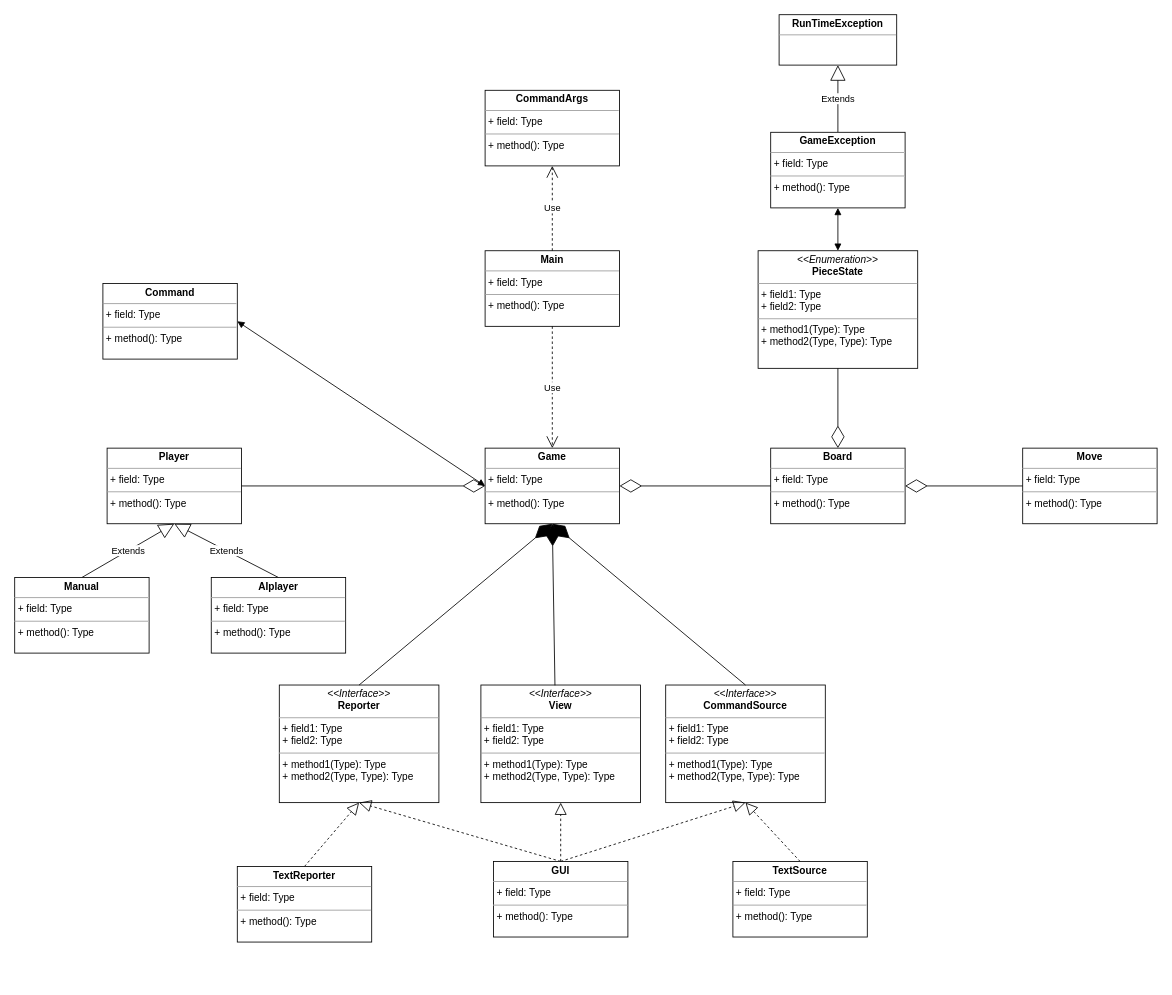
This is CPT204_UML.drawio from 1102131860/CPT204, a draw.io file, before an edit. Source tidied: cells renumbered, new cells numbered last; positions are measured from the earlier drawing's top-left corner, leaving out a move shared by most shapes. Both pictures are drawn from the tidied source at 84%, with x=0, y=0 at pixel (14, 14).
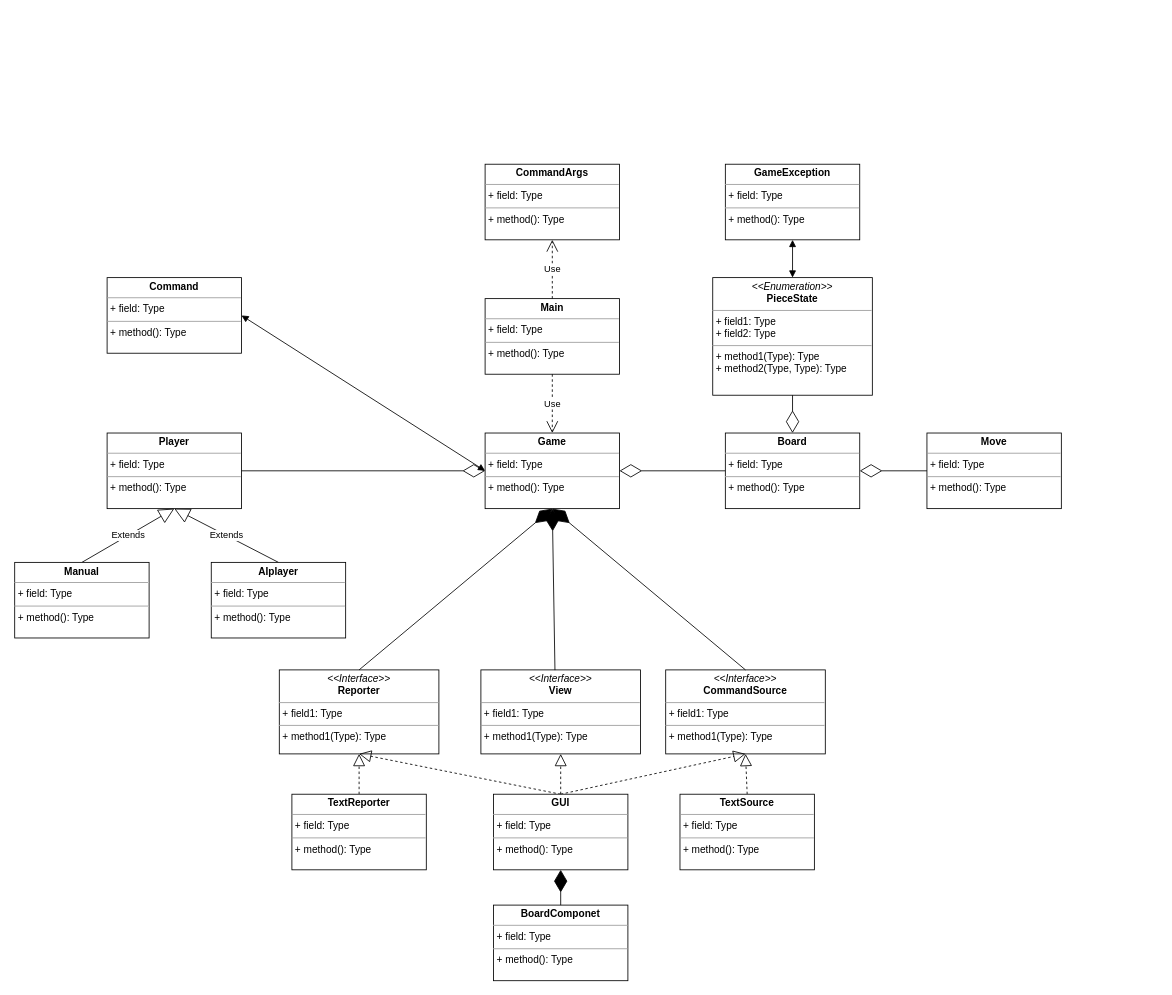
Above is the later version.

Diff of the diagram source:
```diff
@@
-    <mxCell id="2" value="&lt;p style=&quot;margin:0px;margin-top:4px;text-align:center;&quot;&gt;&lt;i&gt;&amp;lt;&amp;lt;Interface&amp;gt;&amp;gt;&lt;/i&gt;&lt;br&gt;&lt;b&gt;Reporter&lt;/b&gt;&lt;/p&gt;&lt;hr size=&quot;1&quot;&gt;&lt;p style=&quot;margin:0px;margin-left:4px;&quot;&gt;+ field1: Type&lt;br&gt;+ field2: Type&lt;/p&gt;&lt;hr size=&quot;1&quot;&gt;&lt;p style=&quot;margin:0px;margin-left:4px;&quot;&gt;+ method1(Type): Type&lt;br&gt;+ method2(Type, Type): Type&lt;/p&gt;" style="verticalAlign=top;align=left;overflow=fill;fontSize=12;fontFamily=Helvetica;html=1;whiteSpace=wrap;" parent="1" vertex="1">
-      <mxGeometry x="315" y="798" width="190" height="140" as="geometry" />
+    <mxCell id="2" value="&lt;p style=&quot;margin:0px;margin-top:4px;text-align:center;&quot;&gt;&lt;i&gt;&amp;lt;&amp;lt;Interface&amp;gt;&amp;gt;&lt;/i&gt;&lt;br&gt;&lt;b&gt;Reporter&lt;/b&gt;&lt;/p&gt;&lt;hr size=&quot;1&quot;&gt;&lt;p style=&quot;margin:0px;margin-left:4px;&quot;&gt;+ field1: Type&lt;br&gt;&lt;/p&gt;&lt;hr size=&quot;1&quot;&gt;&lt;p style=&quot;margin:0px;margin-left:4px;&quot;&gt;+ method1(Type): Type&lt;br&gt;&lt;/p&gt;" style="verticalAlign=top;align=left;overflow=fill;fontSize=12;fontFamily=Helvetica;html=1;whiteSpace=wrap;" parent="1" vertex="1">
+      <mxGeometry x="315" y="780" width="190" height="100" as="geometry" />
     </mxCell>
     <mxCell id="3" value="&lt;p style=&quot;margin:0px;margin-top:4px;text-align:center;&quot;&gt;&lt;i&gt;&amp;lt;&amp;lt;Enumeration&amp;gt;&amp;gt;&lt;/i&gt;&lt;br&gt;&lt;b&gt;PieceState&lt;/b&gt;&lt;/p&gt;&lt;hr size=&quot;1&quot;&gt;&lt;p style=&quot;margin:0px;margin-left:4px;&quot;&gt;+ field1: Type&lt;br&gt;+ field2: Type&lt;/p&gt;&lt;hr size=&quot;1&quot;&gt;&lt;p style=&quot;margin:0px;margin-left:4px;&quot;&gt;+ method1(Type): Type&lt;br&gt;+ method2(Type, Type): Type&lt;/p&gt;" style="verticalAlign=top;align=left;overflow=fill;fontSize=12;fontFamily=Helvetica;html=1;whiteSpace=wrap;" parent="1" vertex="1">
-      <mxGeometry x="885" y="281" width="190" height="140" as="geometry" />
+      <mxGeometry x="831" y="313" width="190" height="140" as="geometry" />
     </mxCell>
-    <mxCell id="4" value="&lt;p style=&quot;margin:0px;margin-top:4px;text-align:center;&quot;&gt;&lt;i&gt;&amp;lt;&amp;lt;Interface&amp;gt;&amp;gt;&lt;/i&gt;&lt;br&gt;&lt;b&gt;View&lt;/b&gt;&lt;/p&gt;&lt;hr size=&quot;1&quot;&gt;&lt;p style=&quot;margin:0px;margin-left:4px;&quot;&gt;+ field1: Type&lt;br&gt;+ field2: Type&lt;/p&gt;&lt;hr size=&quot;1&quot;&gt;&lt;p style=&quot;margin:0px;margin-left:4px;&quot;&gt;+ method1(Type): Type&lt;br&gt;+ method2(Type, Type): Type&lt;/p&gt;" style="verticalAlign=top;align=left;overflow=fill;fontSize=12;fontFamily=Helvetica;html=1;whiteSpace=wrap;" parent="1" vertex="1">
-      <mxGeometry x="555" y="798" width="190" height="140" as="geometry" />
+    <mxCell id="4" value="&lt;p style=&quot;margin:0px;margin-top:4px;text-align:center;&quot;&gt;&lt;i&gt;&amp;lt;&amp;lt;Interface&amp;gt;&amp;gt;&lt;/i&gt;&lt;br&gt;&lt;b&gt;View&lt;/b&gt;&lt;/p&gt;&lt;hr size=&quot;1&quot;&gt;&lt;p style=&quot;margin:0px;margin-left:4px;&quot;&gt;+ field1: Type&lt;br&gt;&lt;/p&gt;&lt;hr size=&quot;1&quot;&gt;&lt;p style=&quot;margin:0px;margin-left:4px;&quot;&gt;+ method1(Type): Type&lt;br&gt;&lt;/p&gt;" style="verticalAlign=top;align=left;overflow=fill;fontSize=12;fontFamily=Helvetica;html=1;whiteSpace=wrap;" parent="1" vertex="1">
+      <mxGeometry x="555" y="780" width="190" height="100" as="geometry" />
     </mxCell>
-    <mxCell id="5" value="&lt;p style=&quot;margin:0px;margin-top:4px;text-align:center;&quot;&gt;&lt;i&gt;&amp;lt;&amp;lt;Interface&amp;gt;&amp;gt;&lt;/i&gt;&lt;br&gt;&lt;b&gt;CommandSource&lt;/b&gt;&lt;/p&gt;&lt;hr size=&quot;1&quot;&gt;&lt;p style=&quot;margin:0px;margin-left:4px;&quot;&gt;+ field1: Type&lt;br&gt;+ field2: Type&lt;/p&gt;&lt;hr size=&quot;1&quot;&gt;&lt;p style=&quot;margin:0px;margin-left:4px;&quot;&gt;+ method1(Type): Type&lt;br&gt;+ method2(Type, Type): Type&lt;/p&gt;" style="verticalAlign=top;align=left;overflow=fill;fontSize=12;fontFamily=Helvetica;html=1;whiteSpace=wrap;" parent="1" vertex="1">
-      <mxGeometry x="775" y="798" width="190" height="140" as="geometry" />
+    <mxCell id="5" value="&lt;p style=&quot;margin:0px;margin-top:4px;text-align:center;&quot;&gt;&lt;i&gt;&amp;lt;&amp;lt;Interface&amp;gt;&amp;gt;&lt;/i&gt;&lt;br&gt;&lt;b&gt;CommandSource&lt;/b&gt;&lt;/p&gt;&lt;hr size=&quot;1&quot;&gt;&lt;p style=&quot;margin:0px;margin-left:4px;&quot;&gt;+ field1: Type&lt;br&gt;&lt;/p&gt;&lt;hr size=&quot;1&quot;&gt;&lt;p style=&quot;margin:0px;margin-left:4px;&quot;&gt;+ method1(Type): Type&lt;br&gt;&lt;/p&gt;" style="verticalAlign=top;align=left;overflow=fill;fontSize=12;fontFamily=Helvetica;html=1;whiteSpace=wrap;" parent="1" vertex="1">
+      <mxGeometry x="775" y="780" width="190" height="100" as="geometry" />
     </mxCell>
@@
     <mxCell id="9" value="&lt;p style=&quot;margin:0px;margin-top:4px;text-align:center;&quot;&gt;&lt;b&gt;Player&lt;/b&gt;&lt;/p&gt;&lt;hr size=&quot;1&quot;&gt;&lt;p style=&quot;margin:0px;margin-left:4px;&quot;&gt;+ field: Type&lt;/p&gt;&lt;hr size=&quot;1&quot;&gt;&lt;p style=&quot;margin:0px;margin-left:4px;&quot;&gt;+ method(): Type&lt;/p&gt;" style="verticalAlign=top;align=left;overflow=fill;fontSize=12;fontFamily=Helvetica;html=1;whiteSpace=wrap;" parent="1" vertex="1">
-      <mxGeometry x="110" y="516" width="160" height="90" as="geometry" />
+      <mxGeometry x="110" y="498" width="160" height="90" as="geometry" />
     </mxCell>
@@
-    <mxCell id="14" value="&lt;p style=&quot;margin:0px;margin-top:4px;text-align:center;&quot;&gt;&lt;b&gt;RunTimeException&lt;/b&gt;&lt;/p&gt;&lt;hr size=&quot;1&quot;&gt;&lt;div style=&quot;height:2px;&quot;&gt;&lt;/div&gt;" style="verticalAlign=top;align=left;overflow=fill;fontSize=12;fontFamily=Helvetica;html=1;whiteSpace=wrap;" parent="1" vertex="1">
-      <mxGeometry x="910" width="140" height="60" as="geometry" />
-    </mxCell>
-    <mxCell id="15" value="Extends" style="endArrow=block;endSize=16;endFill=0;html=1;rounded=0;exitX=0.5;exitY=0;exitDx=0;exitDy=0;entryX=0.5;entryY=1;entryDx=0;entryDy=0;" parent="1" edge="1" source="19" target="14">
-      <mxGeometry relative="1" as="geometry" />
-    </mxCell>
     <mxCell id="16" value="&lt;p style=&quot;margin:0px;margin-top:4px;text-align:center;&quot;&gt;&lt;b&gt;TextReporter&lt;/b&gt;&lt;/p&gt;&lt;hr size=&quot;1&quot;&gt;&lt;p style=&quot;margin:0px;margin-left:4px;&quot;&gt;+ field: Type&lt;/p&gt;&lt;hr size=&quot;1&quot;&gt;&lt;p style=&quot;margin:0px;margin-left:4px;&quot;&gt;+ method(): Type&lt;/p&gt;" style="verticalAlign=top;align=left;overflow=fill;fontSize=12;fontFamily=Helvetica;html=1;whiteSpace=wrap;" parent="1" vertex="1">
-      <mxGeometry x="265" y="1014" width="160" height="90" as="geometry" />
+      <mxGeometry x="330" y="928" width="160" height="90" as="geometry" />
     </mxCell>
     <mxCell id="17" value="&lt;p style=&quot;margin:0px;margin-top:4px;text-align:center;&quot;&gt;&lt;b&gt;GUI&lt;/b&gt;&lt;/p&gt;&lt;hr size=&quot;1&quot;&gt;&lt;p style=&quot;margin:0px;margin-left:4px;&quot;&gt;+ field: Type&lt;/p&gt;&lt;hr size=&quot;1&quot;&gt;&lt;p style=&quot;margin:0px;margin-left:4px;&quot;&gt;+ method(): Type&lt;/p&gt;" style="verticalAlign=top;align=left;overflow=fill;fontSize=12;fontFamily=Helvetica;html=1;whiteSpace=wrap;" parent="1" vertex="1">
-      <mxGeometry x="570" y="1008" width="160" height="90" as="geometry" />
+      <mxGeometry x="570" y="928" width="160" height="90" as="geometry" />
     </mxCell>
     <mxCell id="18" value="&lt;p style=&quot;margin:0px;margin-top:4px;text-align:center;&quot;&gt;&lt;b&gt;TextSource&lt;/b&gt;&lt;/p&gt;&lt;hr size=&quot;1&quot;&gt;&lt;p style=&quot;margin:0px;margin-left:4px;&quot;&gt;+ field: Type&lt;/p&gt;&lt;hr size=&quot;1&quot;&gt;&lt;p style=&quot;margin:0px;margin-left:4px;&quot;&gt;+ method(): Type&lt;/p&gt;" style="verticalAlign=top;align=left;overflow=fill;fontSize=12;fontFamily=Helvetica;html=1;whiteSpace=wrap;" parent="1" vertex="1">
-      <mxGeometry x="855" y="1008" width="160" height="90" as="geometry" />
+      <mxGeometry x="792" y="928" width="160" height="90" as="geometry" />
     </mxCell>
     <mxCell id="19" value="&lt;p style=&quot;margin:0px;margin-top:4px;text-align:center;&quot;&gt;&lt;b&gt;GameException&lt;/b&gt;&lt;/p&gt;&lt;hr size=&quot;1&quot;&gt;&lt;p style=&quot;margin:0px;margin-left:4px;&quot;&gt;+ field: Type&lt;/p&gt;&lt;hr size=&quot;1&quot;&gt;&lt;p style=&quot;margin:0px;margin-left:4px;&quot;&gt;+ method(): Type&lt;/p&gt;" style="verticalAlign=top;align=left;overflow=fill;fontSize=12;fontFamily=Helvetica;html=1;whiteSpace=wrap;" parent="1" vertex="1">
-      <mxGeometry x="900" y="140" width="160" height="90" as="geometry" />
+      <mxGeometry x="846" y="178" width="160" height="90" as="geometry" />
     </mxCell>
     <mxCell id="20" value="&lt;p style=&quot;margin:0px;margin-top:4px;text-align:center;&quot;&gt;&lt;b&gt;Manual&lt;/b&gt;&lt;/p&gt;&lt;hr size=&quot;1&quot;&gt;&lt;p style=&quot;margin:0px;margin-left:4px;&quot;&gt;+ field: Type&lt;/p&gt;&lt;hr size=&quot;1&quot;&gt;&lt;p style=&quot;margin:0px;margin-left:4px;&quot;&gt;+ method(): Type&lt;/p&gt;" style="verticalAlign=top;align=left;overflow=fill;fontSize=12;fontFamily=Helvetica;html=1;whiteSpace=wrap;" parent="1" vertex="1">
-      <mxGeometry y="670" width="160" height="90" as="geometry" />
+      <mxGeometry y="652" width="160" height="90" as="geometry" />
     </mxCell>
     <mxCell id="21" value="&lt;p style=&quot;margin:0px;margin-top:4px;text-align:center;&quot;&gt;&lt;b&gt;AIplayer&lt;/b&gt;&lt;/p&gt;&lt;hr size=&quot;1&quot;&gt;&lt;p style=&quot;margin:0px;margin-left:4px;&quot;&gt;+ field: Type&lt;/p&gt;&lt;hr size=&quot;1&quot;&gt;&lt;p style=&quot;margin:0px;margin-left:4px;&quot;&gt;+ method(): Type&lt;/p&gt;" style="verticalAlign=top;align=left;overflow=fill;fontSize=12;fontFamily=Helvetica;html=1;whiteSpace=wrap;" parent="1" vertex="1">
-      <mxGeometry x="234" y="670" width="160" height="90" as="geometry" />
+      <mxGeometry x="234" y="652" width="160" height="90" as="geometry" />
     </mxCell>
     <mxCell id="22" value="&lt;p style=&quot;margin:0px;margin-top:4px;text-align:center;&quot;&gt;&lt;b&gt;Game&lt;/b&gt;&lt;/p&gt;&lt;hr size=&quot;1&quot;&gt;&lt;p style=&quot;margin:0px;margin-left:4px;&quot;&gt;+ field: Type&lt;/p&gt;&lt;hr size=&quot;1&quot;&gt;&lt;p style=&quot;margin:0px;margin-left:4px;&quot;&gt;+ method(): Type&lt;/p&gt;" style="verticalAlign=top;align=left;overflow=fill;fontSize=12;fontFamily=Helvetica;html=1;whiteSpace=wrap;" parent="1" vertex="1">
-      <mxGeometry x="560" y="516" width="160" height="90" as="geometry" />
+      <mxGeometry x="560" y="498" width="160" height="90" as="geometry" />
     </mxCell>
     <mxCell id="23" value="&lt;p style=&quot;margin:0px;margin-top:4px;text-align:center;&quot;&gt;&lt;b&gt;Board&lt;/b&gt;&lt;/p&gt;&lt;hr size=&quot;1&quot;&gt;&lt;p style=&quot;margin:0px;margin-left:4px;&quot;&gt;+ field: Type&lt;/p&gt;&lt;hr size=&quot;1&quot;&gt;&lt;p style=&quot;margin:0px;margin-left:4px;&quot;&gt;+ method(): Type&lt;/p&gt;" style="verticalAlign=top;align=left;overflow=fill;fontSize=12;fontFamily=Helvetica;html=1;whiteSpace=wrap;" parent="1" vertex="1">
-      <mxGeometry x="900" y="516" width="160" height="90" as="geometry" />
+      <mxGeometry x="846" y="498" width="160" height="90" as="geometry" />
     </mxCell>
     <mxCell id="24" value="&lt;p style=&quot;margin:0px;margin-top:4px;text-align:center;&quot;&gt;&lt;b&gt;Main&lt;/b&gt;&lt;/p&gt;&lt;hr size=&quot;1&quot;&gt;&lt;p style=&quot;margin:0px;margin-left:4px;&quot;&gt;+ field: Type&lt;/p&gt;&lt;hr size=&quot;1&quot;&gt;&lt;p style=&quot;margin:0px;margin-left:4px;&quot;&gt;+ method(): Type&lt;/p&gt;" style="verticalAlign=top;align=left;overflow=fill;fontSize=12;fontFamily=Helvetica;html=1;whiteSpace=wrap;" parent="1" vertex="1">
-      <mxGeometry x="560" y="281" width="160" height="90" as="geometry" />
+      <mxGeometry x="560" y="338" width="160" height="90" as="geometry" />
     </mxCell>
@@
     <mxCell id="26" value="&lt;p style=&quot;margin:0px;margin-top:4px;text-align:center;&quot;&gt;&lt;b&gt;Move&lt;/b&gt;&lt;/p&gt;&lt;hr size=&quot;1&quot;&gt;&lt;p style=&quot;margin:0px;margin-left:4px;&quot;&gt;+ field: Type&lt;/p&gt;&lt;hr size=&quot;1&quot;&gt;&lt;p style=&quot;margin:0px;margin-left:4px;&quot;&gt;+ method(): Type&lt;/p&gt;" style="verticalAlign=top;align=left;overflow=fill;fontSize=12;fontFamily=Helvetica;html=1;whiteSpace=wrap;" parent="1" vertex="1">
-      <mxGeometry x="1200" y="516" width="160" height="90" as="geometry" />
+      <mxGeometry x="1086" y="498" width="160" height="90" as="geometry" />
     </mxCell>
@@
     <mxCell id="30" value="&lt;p style=&quot;margin:0px;margin-top:4px;text-align:center;&quot;&gt;&lt;b&gt;CommandArgs&lt;/b&gt;&lt;/p&gt;&lt;hr size=&quot;1&quot;&gt;&lt;p style=&quot;margin:0px;margin-left:4px;&quot;&gt;+ field: Type&lt;/p&gt;&lt;hr size=&quot;1&quot;&gt;&lt;p style=&quot;margin:0px;margin-left:4px;&quot;&gt;+ method(): Type&lt;/p&gt;" style="verticalAlign=top;align=left;overflow=fill;fontSize=12;fontFamily=Helvetica;html=1;whiteSpace=wrap;" parent="1" vertex="1">
-      <mxGeometry x="560" y="90" width="160" height="90" as="geometry" />
+      <mxGeometry x="560" y="178" width="160" height="90" as="geometry" />
     </mxCell>
@@
     <mxCell id="32" value="&lt;p style=&quot;margin:0px;margin-top:4px;text-align:center;&quot;&gt;&lt;b&gt;Command&lt;/b&gt;&lt;/p&gt;&lt;hr size=&quot;1&quot;&gt;&lt;p style=&quot;margin:0px;margin-left:4px;&quot;&gt;+ field: Type&lt;/p&gt;&lt;hr size=&quot;1&quot;&gt;&lt;p style=&quot;margin:0px;margin-left:4px;&quot;&gt;+ method(): Type&lt;/p&gt;" style="verticalAlign=top;align=left;overflow=fill;fontSize=12;fontFamily=Helvetica;html=1;whiteSpace=wrap;" parent="1" vertex="1">
-      <mxGeometry x="105" y="320" width="160" height="90" as="geometry" />
+      <mxGeometry x="110" y="313" width="160" height="90" as="geometry" />
     </mxCell>
@@
+    <mxCell id="39" value="&lt;p style=&quot;margin:0px;margin-top:4px;text-align:center;&quot;&gt;&lt;b&gt;BoardComponet&lt;/b&gt;&lt;/p&gt;&lt;hr size=&quot;1&quot;&gt;&lt;p style=&quot;margin:0px;margin-left:4px;&quot;&gt;+ field: Type&lt;/p&gt;&lt;hr size=&quot;1&quot;&gt;&lt;p style=&quot;margin:0px;margin-left:4px;&quot;&gt;+ method(): Type&lt;/p&gt;" style="verticalAlign=top;align=left;overflow=fill;fontSize=12;fontFamily=Helvetica;html=1;whiteSpace=wrap;" parent="1" vertex="1">
+      <mxGeometry x="570" y="1060" width="160" height="90" as="geometry" />
+    </mxCell>
+    <mxCell id="40" style="endArrow=diamondThin;endFill=1;endSize=24;html=1;rounded=0;entryX=0.5;entryY=1;entryDx=0;entryDy=0;exitX=0.5;exitY=0;exitDx=0;exitDy=0;" parent="1" edge="1" source="39" target="17">
+      <mxGeometry relative="1" as="geometry" />
+    </mxCell>
```
